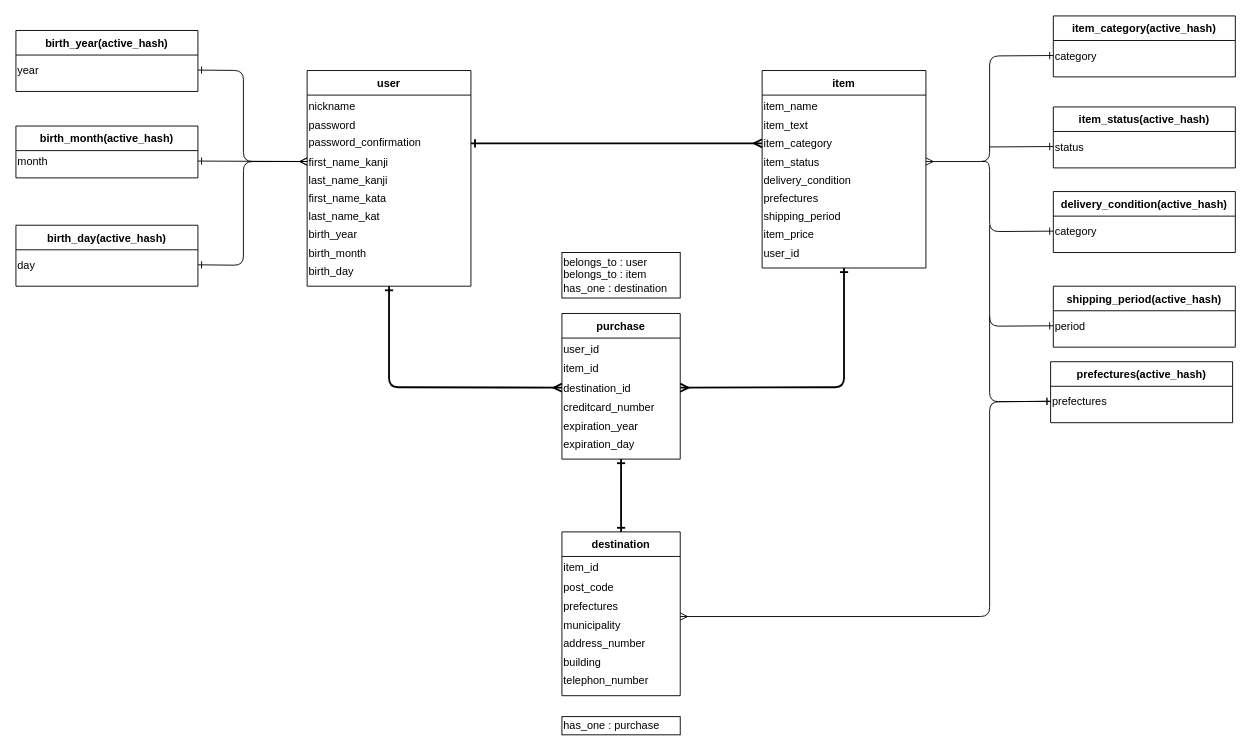
This is ER.dio from narukami-nk/furima-10793, a draw.io file, before an edit. Source tidied: cells renumbered, new cells numbered last; positions are measured from the earlier drawing's top-left corner, leaving out a move shared by most shapes. Both pictures are drawn from the tidied source at 91%, with x=0, y=0 at pixel (15, 15).
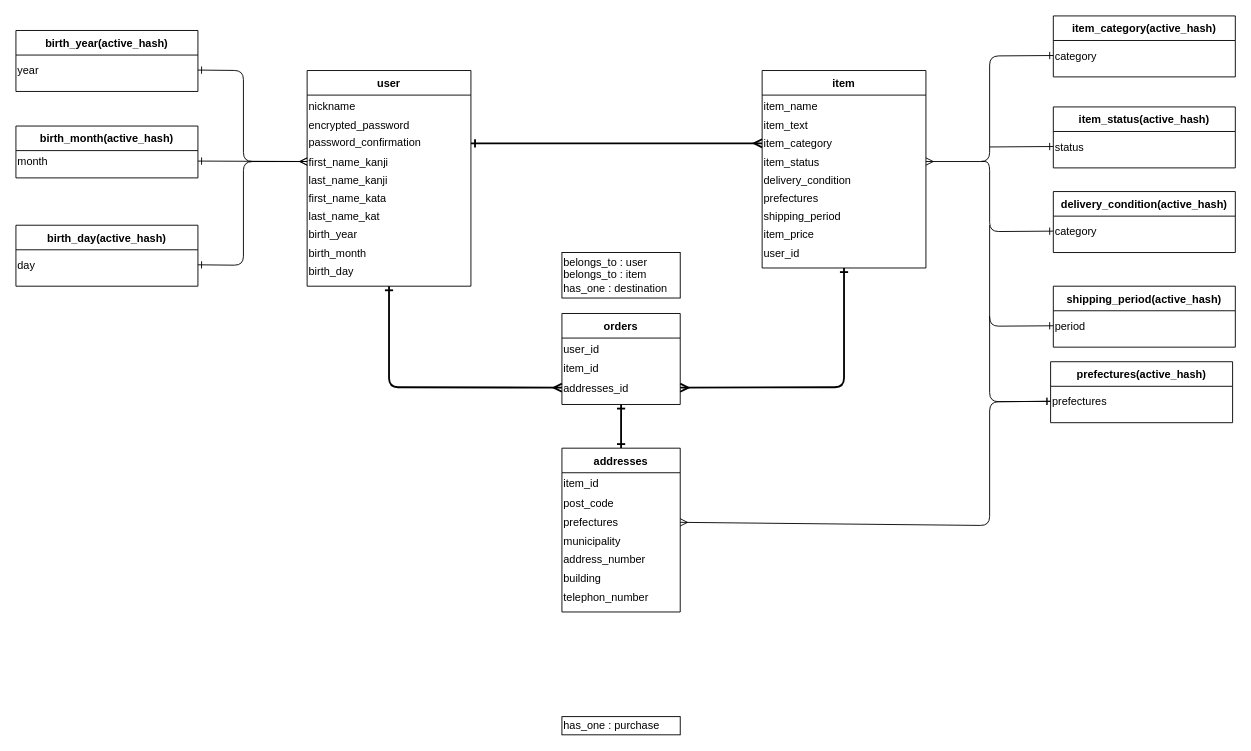
Above is the later version.

Commit message (it also covers changes not shown here):
レビュー内容修正

Unchanged cells that the change refers to:
```xml
<mxCell id="6" style="shape=partialRectangle;fillColor=none;top=0;left=0;bottom=0;right=0;" parent="3" vertex="1">
  <mxGeometry y="50" width="180" height="20" as="geometry" />
</mxCell>
<mxCell id="50" style="shape=partialRectangle;fillColor=none;top=0;left=0;bottom=0;right=0;points=[[0,0.5],[1,0.5]];portConstraint=eastwest;" parent="45" vertex="1">
  <mxGeometry y="70" width="130" height="23" as="geometry" />
</mxCell>
<mxCell id="63" style="shape=partialRectangle;fillColor=none;top=0;left=0;bottom=0;right=0;points=[[0,0.5],[1,0.5]];portConstraint=eastwest;" parent="58" vertex="1">
  <mxGeometry y="71" width="130" height="21" as="geometry" />
</mxCell>
<mxCell id="89" style="shape=partialRectangle;fillColor=none;top=0;left=0;bottom=0;right=0;points=[[0,0.5],[1,0.5]];portConstraint=eastwest;" parent="88" vertex="1">
  <mxGeometry y="27" width="200" height="33" as="geometry" />
</mxCell>
```

Diff of the diagram source:
```diff
@@
-    <mxCell id="7" value="password" style="shape=partialRectangle;fillColor=none;top=0;left=0;bottom=0;right=0;overflow=hidden;align=left;" parent="6" vertex="1">
+    <mxCell id="7" value="encrypted_password" style="shape=partialRectangle;fillColor=none;top=0;left=0;bottom=0;right=0;overflow=hidden;align=left;" parent="6" vertex="1">
       <mxGeometry width="180" height="20" as="geometry" />
     </mxCell>
@@
-    <mxCell id="45" value="purchase" style="shape=table;startSize=27;childLayout=tableLayout;rowLines=0;fontStyle=1;align=center;rounded=0;" parent="1" vertex="1">
-      <mxGeometry x="600" y="327" width="130" height="160" as="geometry" />
+    <mxCell id="45" value="orders" style="shape=table;startSize=27;childLayout=tableLayout;rowLines=0;fontStyle=1;align=center;rounded=0;" parent="1" vertex="1">
+      <mxGeometry x="600" y="327" width="130" height="100" as="geometry" />
     </mxCell>
@@
-    <mxCell id="51" value="destination_id" style="shape=partialRectangle;fillColor=none;top=0;left=0;bottom=0;right=0;overflow=hidden;align=left;" parent="50" vertex="1">
+    <mxCell id="51" value="addresses_id" style="shape=partialRectangle;fillColor=none;top=0;left=0;bottom=0;right=0;overflow=hidden;align=left;" parent="50" vertex="1">
       <mxGeometry width="130" height="23" as="geometry" />
     </mxCell>
-    <mxCell id="52" style="shape=partialRectangle;fillColor=none;top=0;left=0;bottom=0;right=0;" parent="45" vertex="1">
-      <mxGeometry y="93" width="130" height="20" as="geometry" />
-    </mxCell>
-    <mxCell id="53" value="creditcard_number" style="shape=partialRectangle;fillColor=none;top=0;left=0;bottom=0;right=0;overflow=hidden;align=left;" parent="52" vertex="1">
-      <mxGeometry width="130" height="20" as="geometry" />
-    </mxCell>
-    <mxCell id="54" style="shape=partialRectangle;fillColor=none;top=0;left=0;bottom=0;right=0;" parent="45" vertex="1">
-      <mxGeometry y="113" width="130" height="20" as="geometry" />
-    </mxCell>
-    <mxCell id="55" value="expiration_year" style="shape=partialRectangle;fillColor=none;top=0;left=0;bottom=0;right=0;overflow=hidden;align=left;" parent="54" vertex="1">
-      <mxGeometry width="130" height="20" as="geometry" />
-    </mxCell>
-    <mxCell id="56" style="shape=partialRectangle;fillColor=none;top=0;left=0;bottom=0;right=0;" parent="45" vertex="1">
-      <mxGeometry y="133" width="130" height="20" as="geometry" />
-    </mxCell>
-    <mxCell id="57" value="expiration_day" style="shape=partialRectangle;fillColor=none;top=0;left=0;bottom=0;right=0;overflow=hidden;align=left;" parent="56" vertex="1">
-      <mxGeometry width="130" height="20" as="geometry" />
-    </mxCell>
-    <mxCell id="58" value="destination" style="shape=table;startSize=27;childLayout=tableLayout;rowLines=0;fontStyle=1;align=center;rounded=0;" parent="1" vertex="1">
-      <mxGeometry x="600" y="567" width="130" height="180" as="geometry" />
+    <mxCell id="58" value="addresses" style="shape=table;startSize=27;childLayout=tableLayout;rowLines=0;fontStyle=1;align=center;rounded=0;" parent="1" vertex="1">
+      <mxGeometry x="600" y="475" width="130" height="180" as="geometry" />
     </mxCell>
@@
-    <mxCell id="96" style="edgeStyle=none;html=1;exitX=0;exitY=0.5;exitDx=0;exitDy=0;startArrow=ERone;startFill=0;endArrow=ERmany;endFill=0;" parent="1" edge="1" source="89">
+    <mxCell id="96" style="edgeStyle=none;html=1;exitX=0;exitY=0.5;exitDx=0;exitDy=0;startArrow=ERone;startFill=0;endArrow=ERmany;endFill=0;entryX=1;entryY=0.5;entryDx=0;entryDy=0;" parent="1" edge="1" source="89" target="63">
       <mxGeometry relative="1" as="geometry">
-        <mxPoint x="730" y="660" as="targetPoint" />
         <Array as="points">
           <mxPoint x="1070" y="424" />
-          <mxPoint x="1070" y="660" />
+          <mxPoint x="1070" y="560" />
         </Array>
       </mxGeometry>
     </mxCell>
```
